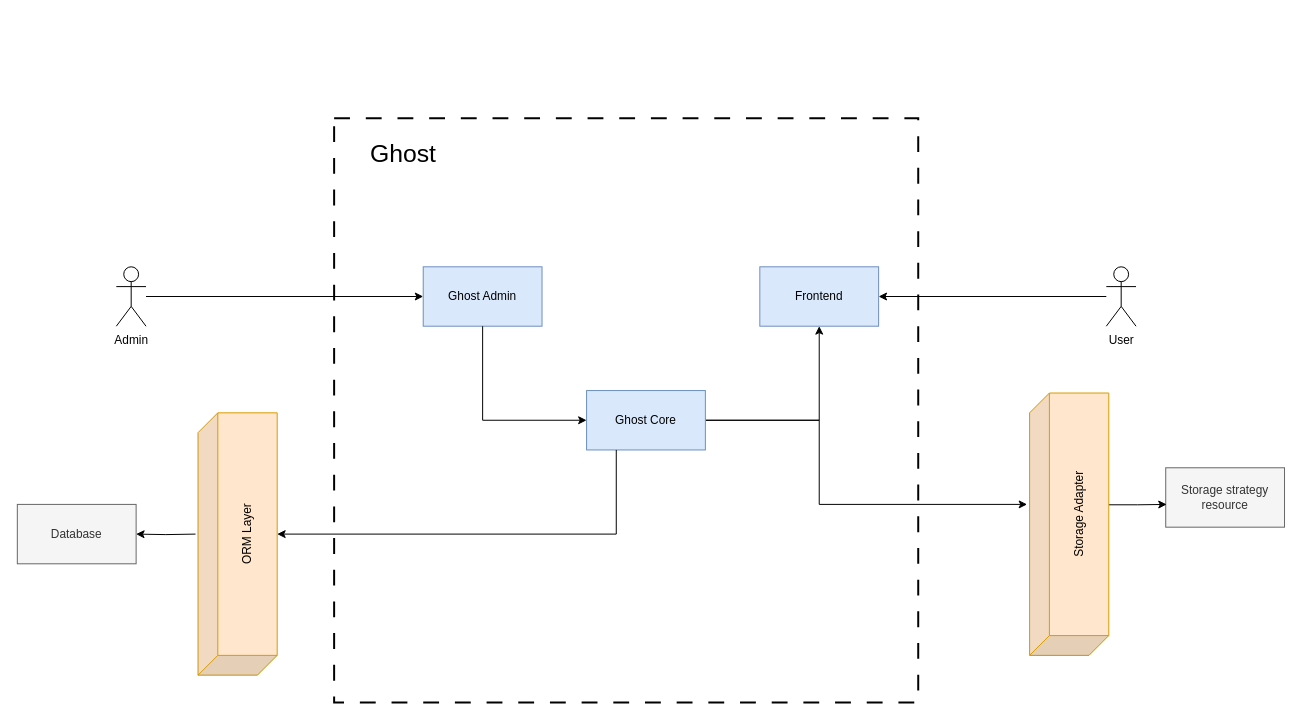
The draw.io diagram ghost-context-diagram.drawio in zearkiatos/architecture-diagrams, before the edit. Source tidied: cells renumbered, new cells numbered last; positions are measured from the earlier drawing's top-left corner, leaving out a move shared by most shapes. Both pictures are drawn from the tidied source at 99%, with x=0, y=0 at pixel (17, 118).
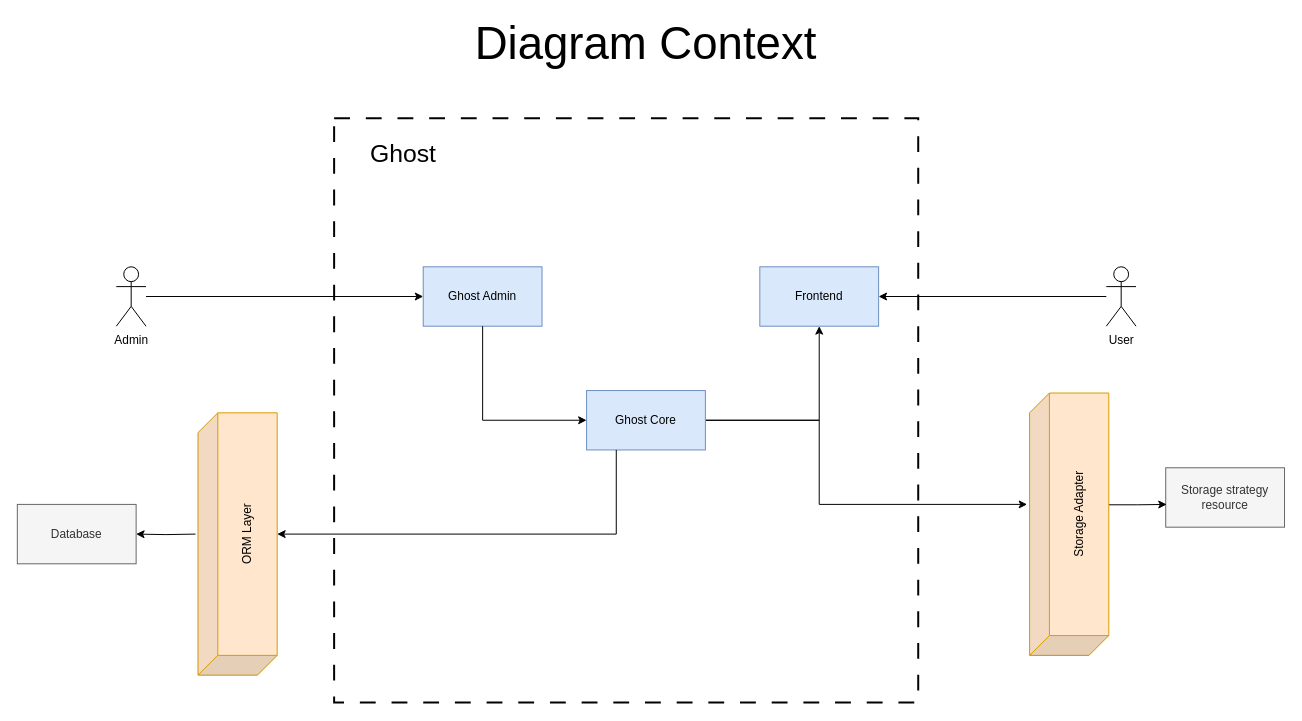
The same diagram, later.

Change to the diagram source:
```diff
@@
+    <mxCell id="21" value="&lt;font style=&quot;font-size: 46px;&quot;&gt;Diagram Context&lt;/font&gt;" style="text;html=1;strokeColor=none;fillColor=none;align=center;verticalAlign=middle;whiteSpace=wrap;rounded=0;fontSize=32;" parent="1" vertex="1">
+      <mxGeometry x="430" y="-90" width="410" height="30" as="geometry" />
+    </mxCell>
```
